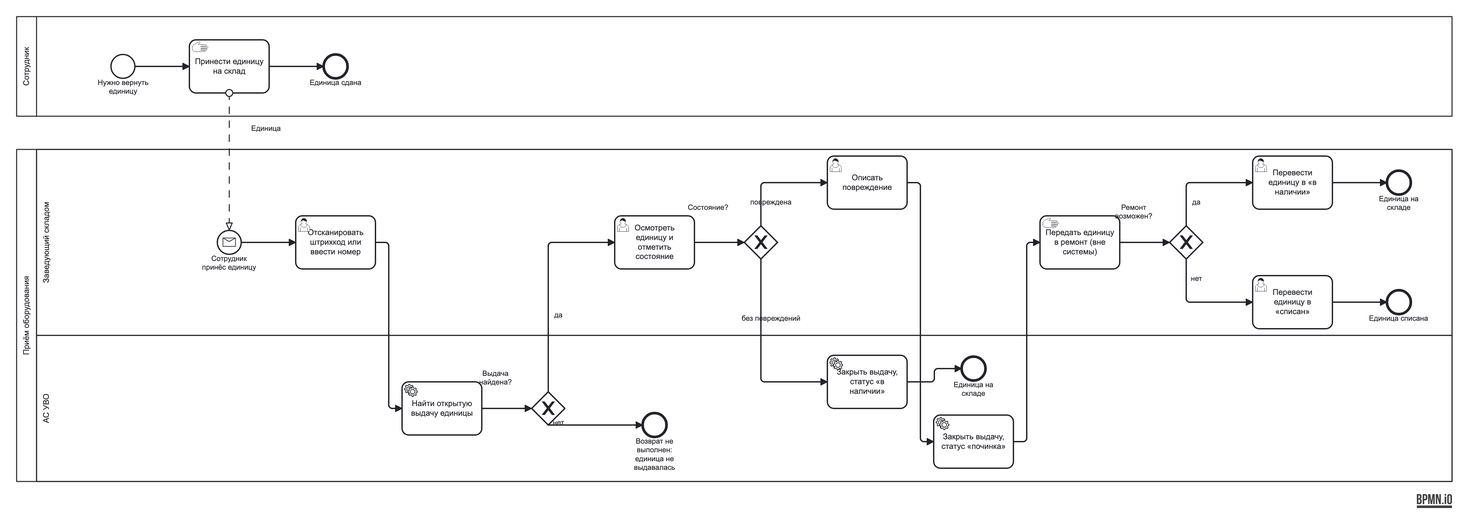
Earlier version of the BPMN export Lab2/docs/diagrams/images/process-return.png (Rezak159/project-management). Its source is kept beside it as Lab2/docs/diagrams/process-return.bpmn. Ids are renumbered.
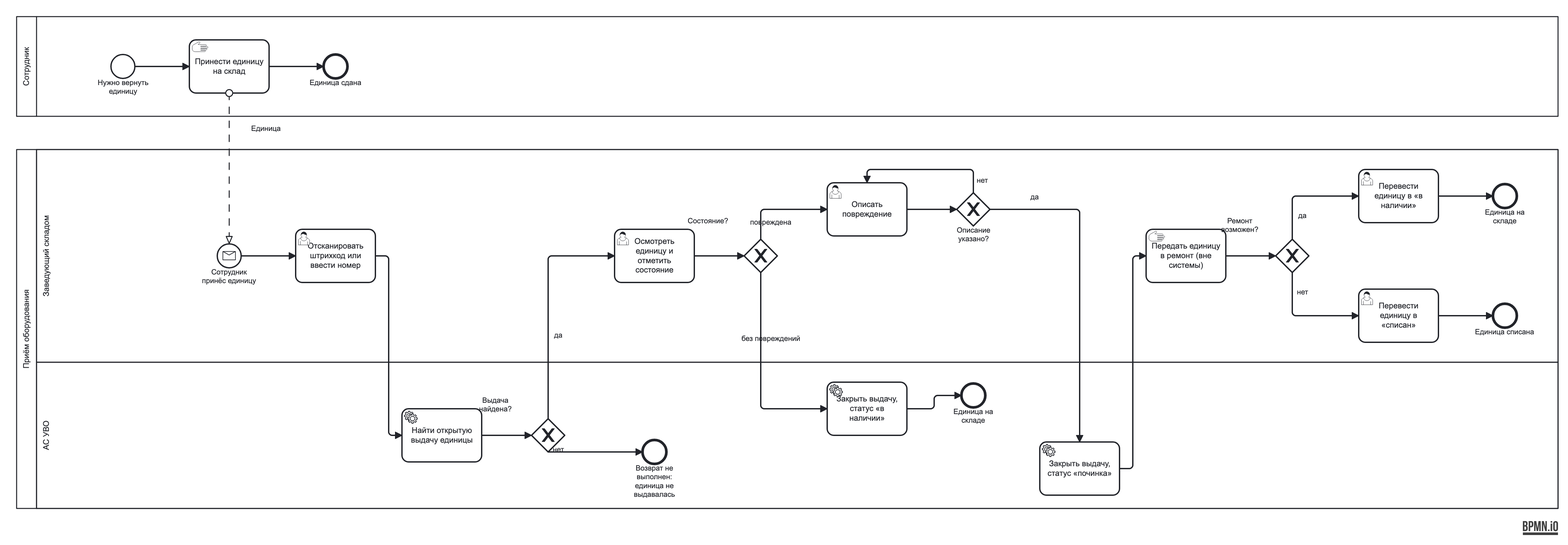
After the commit.

Change to the diagram source:
```diff
@@ -26,6 +26,7 @@
         <bpmn:flowNodeRef>w_inspect</bpmn:flowNodeRef>
         <bpmn:flowNodeRef>w_state</bpmn:flowNodeRef>
         <bpmn:flowNodeRef>w_damage</bpmn:flowNodeRef>
+        <bpmn:flowNodeRef>w_desc</bpmn:flowNodeRef>
         <bpmn:flowNodeRef>w_repair</bpmn:flowNodeRef>
         <bpmn:flowNodeRef>w_result</bpmn:flowNodeRef>
         <bpmn:flowNodeRef>w_fixed</bpmn:flowNodeRef>
@@ -80,10 +81,16 @@
     </bpmn:endEvent>
     <bpmn:userTask id="w_damage" name="Описать повреждение">
       <bpmn:incoming>Flow_w_state_w_damage</bpmn:incoming>
-      <bpmn:outgoing>Flow_w_damage_s_repair</bpmn:outgoing>
+      <bpmn:incoming>Flow_w_desc_w_damage</bpmn:incoming>
+      <bpmn:outgoing>Flow_w_damage_w_desc</bpmn:outgoing>
     </bpmn:userTask>
+    <bpmn:exclusiveGateway id="w_desc" name="Описание указано?">
+      <bpmn:incoming>Flow_w_damage_w_desc</bpmn:incoming>
+      <bpmn:outgoing>Flow_w_desc_w_damage</bpmn:outgoing>
+      <bpmn:outgoing>Flow_w_desc_s_repair</bpmn:outgoing>
+    </bpmn:exclusiveGateway>
     <bpmn:serviceTask id="s_repair" name="Закрыть выдачу, статус «починка»">
-      <bpmn:incoming>Flow_w_damage_s_repair</bpmn:incoming>
+      <bpmn:incoming>Flow_w_desc_s_repair</bpmn:incoming>
       <bpmn:outgoing>Flow_s_repair_w_repair</bpmn:outgoing>
     </bpmn:serviceTask>
     <bpmn:manualTask id="w_repair" name="Передать единицу в ремонт (вне системы)">
@@ -118,59 +125,64 @@
     <bpmn:sequenceFlow id="Flow_w_state_s_ok" name="без повреждений" sourceRef="w_state" targetRef="s_ok" />
     <bpmn:sequenceFlow id="Flow_s_ok_s_ok_end" sourceRef="s_ok" targetRef="s_ok_end" />
     <bpmn:sequenceFlow id="Flow_w_state_w_damage" name="повреждена" sourceRef="w_state" targetRef="w_damage" />
-    <bpmn:sequenceFlow id="Flow_w_damage_s_repair" sourceRef="w_damage" targetRef="s_repair" />
+    <bpmn:sequenceFlow id="Flow_w_damage_w_desc" sourceRef="w_damage" targetRef="w_desc" />
     <bpmn:sequenceFlow id="Flow_s_repair_w_repair" sourceRef="s_repair" targetRef="w_repair" />
     <bpmn:sequenceFlow id="Flow_w_repair_w_result" sourceRef="w_repair" targetRef="w_result" />
     <bpmn:sequenceFlow id="Flow_w_result_w_fixed" name="да" sourceRef="w_result" targetRef="w_fixed" />
     <bpmn:sequenceFlow id="Flow_w_fixed_w_fixed_end" sourceRef="w_fixed" targetRef="w_fixed_end" />
     <bpmn:sequenceFlow id="Flow_w_result_w_writeoff" name="нет" sourceRef="w_result" targetRef="w_writeoff" />
     <bpmn:sequenceFlow id="Flow_w_writeoff_w_writeoff_end" sourceRef="w_writeoff" targetRef="w_writeoff_end" />
+    <bpmn:sequenceFlow id="Flow_w_desc_w_damage" name="нет" sourceRef="w_desc" targetRef="w_damage" />
+    <bpmn:sequenceFlow id="Flow_w_desc_s_repair" name="да" sourceRef="w_desc" targetRef="s_repair" />
   </bpmn:process>
   <bpmndi:BPMNDiagram id="Diagram_return">
     <bpmndi:BPMNPlane id="Plane_return" bpmnElement="Collab_return">
-      <bpmndi:BPMNShape id="P_emp_di" bpmnElement="P_emp" isHorizontal="true"><dc:Bounds x="0" y="0" width="2160" height="150" /></bpmndi:BPMNShape>
+      <bpmndi:BPMNShape id="P_emp_di" bpmnElement="P_emp" isHorizontal="true"><dc:Bounds x="0" y="0" width="2320" height="150" /></bpmndi:BPMNShape>
       <bpmndi:BPMNShape id="e_start_di" bpmnElement="e_start"><dc:Bounds x="142" y="57" width="36" height="36" /></bpmndi:BPMNShape>
       <bpmndi:BPMNShape id="e_bring_di" bpmnElement="e_bring"><dc:Bounds x="260" y="35" width="120" height="80" /></bpmndi:BPMNShape>
       <bpmndi:BPMNShape id="e_end_di" bpmnElement="e_end"><dc:Bounds x="462" y="57" width="36" height="36" /></bpmndi:BPMNShape>
-      <bpmndi:BPMNShape id="P_org_di" bpmnElement="P_org" isHorizontal="true"><dc:Bounds x="0" y="200" width="2160" height="500" /></bpmndi:BPMNShape>
-      <bpmndi:BPMNShape id="L_wh_di" bpmnElement="L_wh" isHorizontal="true"><dc:Bounds x="30" y="200" width="2130" height="280" /></bpmndi:BPMNShape>
-      <bpmndi:BPMNShape id="L_sys_di" bpmnElement="L_sys" isHorizontal="true"><dc:Bounds x="30" y="480" width="2130" height="220" /></bpmndi:BPMNShape>
-      <bpmndi:BPMNShape id="w_start_di" bpmnElement="w_start"><dc:Bounds x="302" y="322" width="36" height="36" /></bpmndi:BPMNShape>
-      <bpmndi:BPMNShape id="w_scan_di" bpmnElement="w_scan"><dc:Bounds x="420" y="300" width="120" height="80" /></bpmndi:BPMNShape>
-      <bpmndi:BPMNShape id="s_find_di" bpmnElement="s_find"><dc:Bounds x="580" y="550" width="120" height="80" /></bpmndi:BPMNShape>
-      <bpmndi:BPMNShape id="s_found_di" bpmnElement="s_found" isMarkerVisible="true"><dc:Bounds x="775" y="565" width="50" height="50" /><bpmndi:BPMNLabel><dc:Bounds x="671" y="531" width="100" height="40" /></bpmndi:BPMNLabel></bpmndi:BPMNShape>
-      <bpmndi:BPMNShape id="s_not_found_di" bpmnElement="s_not_found"><dc:Bounds x="942" y="597" width="36" height="36" /></bpmndi:BPMNShape>
-      <bpmndi:BPMNShape id="w_inspect_di" bpmnElement="w_inspect"><dc:Bounds x="900" y="300" width="120" height="80" /></bpmndi:BPMNShape>
-      <bpmndi:BPMNShape id="w_state_di" bpmnElement="w_state" isMarkerVisible="true"><dc:Bounds x="1095" y="315" width="50" height="50" /><bpmndi:BPMNLabel><dc:Bounds x="991" y="281" width="100" height="40" /></bpmndi:BPMNLabel></bpmndi:BPMNShape>
-      <bpmndi:BPMNShape id="s_ok_di" bpmnElement="s_ok"><dc:Bounds x="1220" y="510" width="120" height="80" /></bpmndi:BPMNShape>
-      <bpmndi:BPMNShape id="s_ok_end_di" bpmnElement="s_ok_end"><dc:Bounds x="1422" y="512" width="36" height="36" /></bpmndi:BPMNShape>
-      <bpmndi:BPMNShape id="w_damage_di" bpmnElement="w_damage"><dc:Bounds x="1220" y="210" width="120" height="80" /></bpmndi:BPMNShape>
-      <bpmndi:BPMNShape id="s_repair_di" bpmnElement="s_repair"><dc:Bounds x="1380" y="600" width="120" height="80" /></bpmndi:BPMNShape>
-      <bpmndi:BPMNShape id="w_repair_di" bpmnElement="w_repair"><dc:Bounds x="1540" y="300" width="120" height="80" /></bpmndi:BPMNShape>
-      <bpmndi:BPMNShape id="w_result_di" bpmnElement="w_result" isMarkerVisible="true"><dc:Bounds x="1735" y="315" width="50" height="50" /><bpmndi:BPMNLabel><dc:Bounds x="1631" y="281" width="100" height="40" /></bpmndi:BPMNLabel></bpmndi:BPMNShape>
-      <bpmndi:BPMNShape id="w_fixed_di" bpmnElement="w_fixed"><dc:Bounds x="1860" y="210" width="120" height="80" /></bpmndi:BPMNShape>
-      <bpmndi:BPMNShape id="w_fixed_end_di" bpmnElement="w_fixed_end"><dc:Bounds x="2062" y="232" width="36" height="36" /></bpmndi:BPMNShape>
-      <bpmndi:BPMNShape id="w_writeoff_di" bpmnElement="w_writeoff"><dc:Bounds x="1860" y="390" width="120" height="80" /></bpmndi:BPMNShape>
-      <bpmndi:BPMNShape id="w_writeoff_end_di" bpmnElement="w_writeoff_end"><dc:Bounds x="2062" y="412" width="36" height="36" /></bpmndi:BPMNShape>
+      <bpmndi:BPMNShape id="P_org_di" bpmnElement="P_org" isHorizontal="true"><dc:Bounds x="0" y="200" width="2320" height="540" /></bpmndi:BPMNShape>
+      <bpmndi:BPMNShape id="L_wh_di" bpmnElement="L_wh" isHorizontal="true"><dc:Bounds x="30" y="200" width="2290" height="320" /></bpmndi:BPMNShape>
+      <bpmndi:BPMNShape id="L_sys_di" bpmnElement="L_sys" isHorizontal="true"><dc:Bounds x="30" y="520" width="2290" height="220" /></bpmndi:BPMNShape>
+      <bpmndi:BPMNShape id="w_start_di" bpmnElement="w_start"><dc:Bounds x="302" y="342" width="36" height="36" /></bpmndi:BPMNShape>
+      <bpmndi:BPMNShape id="w_scan_di" bpmnElement="w_scan"><dc:Bounds x="420" y="320" width="120" height="80" /></bpmndi:BPMNShape>
+      <bpmndi:BPMNShape id="s_find_di" bpmnElement="s_find"><dc:Bounds x="580" y="590" width="120" height="80" /></bpmndi:BPMNShape>
+      <bpmndi:BPMNShape id="s_found_di" bpmnElement="s_found" isMarkerVisible="true"><dc:Bounds x="775" y="605" width="50" height="50" /><bpmndi:BPMNLabel><dc:Bounds x="671" y="571" width="100" height="40" /></bpmndi:BPMNLabel></bpmndi:BPMNShape>
+      <bpmndi:BPMNShape id="s_not_found_di" bpmnElement="s_not_found"><dc:Bounds x="942" y="637" width="36" height="36" /></bpmndi:BPMNShape>
+      <bpmndi:BPMNShape id="w_inspect_di" bpmnElement="w_inspect"><dc:Bounds x="900" y="320" width="120" height="80" /></bpmndi:BPMNShape>
+      <bpmndi:BPMNShape id="w_state_di" bpmnElement="w_state" isMarkerVisible="true"><dc:Bounds x="1095" y="335" width="50" height="50" /><bpmndi:BPMNLabel><dc:Bounds x="991" y="301" width="100" height="40" /></bpmndi:BPMNLabel></bpmndi:BPMNShape>
+      <bpmndi:BPMNShape id="s_ok_di" bpmnElement="s_ok"><dc:Bounds x="1220" y="550" width="120" height="80" /></bpmndi:BPMNShape>
+      <bpmndi:BPMNShape id="s_ok_end_di" bpmnElement="s_ok_end"><dc:Bounds x="1422" y="552" width="36" height="36" /></bpmndi:BPMNShape>
+      <bpmndi:BPMNShape id="w_damage_di" bpmnElement="w_damage"><dc:Bounds x="1220" y="250" width="120" height="80" /></bpmndi:BPMNShape>
+      <bpmndi:BPMNShape id="w_desc_di" bpmnElement="w_desc" isMarkerVisible="true"><dc:Bounds x="1415" y="265" width="50" height="50" /></bpmndi:BPMNShape>
+      <bpmndi:BPMNShape id="s_repair_di" bpmnElement="s_repair"><dc:Bounds x="1540" y="640" width="120" height="80" /></bpmndi:BPMNShape>
+      <bpmndi:BPMNShape id="w_repair_di" bpmnElement="w_repair"><dc:Bounds x="1700" y="320" width="120" height="80" /></bpmndi:BPMNShape>
+      <bpmndi:BPMNShape id="w_result_di" bpmnElement="w_result" isMarkerVisible="true"><dc:Bounds x="1895" y="335" width="50" height="50" /><bpmndi:BPMNLabel><dc:Bounds x="1791" y="301" width="100" height="40" /></bpmndi:BPMNLabel></bpmndi:BPMNShape>
+      <bpmndi:BPMNShape id="w_fixed_di" bpmnElement="w_fixed"><dc:Bounds x="2020" y="230" width="120" height="80" /></bpmndi:BPMNShape>
+      <bpmndi:BPMNShape id="w_fixed_end_di" bpmnElement="w_fixed_end"><dc:Bounds x="2222" y="252" width="36" height="36" /></bpmndi:BPMNShape>
+      <bpmndi:BPMNShape id="w_writeoff_di" bpmnElement="w_writeoff"><dc:Bounds x="2020" y="410" width="120" height="80" /></bpmndi:BPMNShape>
+      <bpmndi:BPMNShape id="w_writeoff_end_di" bpmnElement="w_writeoff_end"><dc:Bounds x="2222" y="432" width="36" height="36" /></bpmndi:BPMNShape>
       <bpmndi:BPMNEdge id="Flow_e_start_e_bring_di" bpmnElement="Flow_e_start_e_bring"><di:waypoint x="178" y="75" /><di:waypoint x="260" y="75" /></bpmndi:BPMNEdge>
       <bpmndi:BPMNEdge id="Flow_e_bring_e_end_di" bpmnElement="Flow_e_bring_e_end"><di:waypoint x="380" y="75" /><di:waypoint x="462" y="75" /></bpmndi:BPMNEdge>
-      <bpmndi:BPMNEdge id="Flow_w_start_w_scan_di" bpmnElement="Flow_w_start_w_scan"><di:waypoint x="338" y="340" /><di:waypoint x="420" y="340" /></bpmndi:BPMNEdge>
-      <bpmndi:BPMNEdge id="Flow_w_scan_s_find_di" bpmnElement="Flow_w_scan_s_find"><di:waypoint x="540" y="340" /><di:waypoint x="560" y="340" /><di:waypoint x="560" y="590" /><di:waypoint x="580" y="590" /></bpmndi:BPMNEdge>
-      <bpmndi:BPMNEdge id="Flow_s_find_s_found_di" bpmnElement="Flow_s_find_s_found"><di:waypoint x="700" y="590" /><di:waypoint x="775" y="590" /></bpmndi:BPMNEdge>
-      <bpmndi:BPMNEdge id="Flow_s_found_s_not_found_di" bpmnElement="Flow_s_found_s_not_found"><di:waypoint x="800" y="615" /><di:waypoint x="800" y="615" /><di:waypoint x="942" y="615" /></bpmndi:BPMNEdge>
-      <bpmndi:BPMNEdge id="Flow_s_found_w_inspect_di" bpmnElement="Flow_s_found_w_inspect"><di:waypoint x="800" y="565" /><di:waypoint x="800" y="340" /><di:waypoint x="900" y="340" /></bpmndi:BPMNEdge>
-      <bpmndi:BPMNEdge id="Flow_w_inspect_w_state_di" bpmnElement="Flow_w_inspect_w_state"><di:waypoint x="1020" y="340" /><di:waypoint x="1095" y="340" /></bpmndi:BPMNEdge>
-      <bpmndi:BPMNEdge id="Flow_w_state_s_ok_di" bpmnElement="Flow_w_state_s_ok"><di:waypoint x="1120" y="365" /><di:waypoint x="1120" y="550" /><di:waypoint x="1220" y="550" /></bpmndi:BPMNEdge>
-      <bpmndi:BPMNEdge id="Flow_s_ok_s_ok_end_di" bpmnElement="Flow_s_ok_s_ok_end"><di:waypoint x="1340" y="550" /><di:waypoint x="1381" y="550" /><di:waypoint x="1381" y="530" /><di:waypoint x="1422" y="530" /></bpmndi:BPMNEdge>
-      <bpmndi:BPMNEdge id="Flow_w_state_w_damage_di" bpmnElement="Flow_w_state_w_damage"><di:waypoint x="1120" y="315" /><di:waypoint x="1120" y="250" /><di:waypoint x="1220" y="250" /></bpmndi:BPMNEdge>
-      <bpmndi:BPMNEdge id="Flow_w_damage_s_repair_di" bpmnElement="Flow_w_damage_s_repair"><di:waypoint x="1340" y="250" /><di:waypoint x="1360" y="250" /><di:waypoint x="1360" y="640" /><di:waypoint x="1380" y="640" /></bpmndi:BPMNEdge>
-      <bpmndi:BPMNEdge id="Flow_s_repair_w_repair_di" bpmnElement="Flow_s_repair_w_repair"><di:waypoint x="1500" y="640" /><di:waypoint x="1520" y="640" /><di:waypoint x="1520" y="340" /><di:waypoint x="1540" y="340" /></bpmndi:BPMNEdge>
-      <bpmndi:BPMNEdge id="Flow_w_repair_w_result_di" bpmnElement="Flow_w_repair_w_result"><di:waypoint x="1660" y="340" /><di:waypoint x="1735" y="340" /></bpmndi:BPMNEdge>
-      <bpmndi:BPMNEdge id="Flow_w_result_w_fixed_di" bpmnElement="Flow_w_result_w_fixed"><di:waypoint x="1760" y="315" /><di:waypoint x="1760" y="250" /><di:waypoint x="1860" y="250" /></bpmndi:BPMNEdge>
-      <bpmndi:BPMNEdge id="Flow_w_fixed_w_fixed_end_di" bpmnElement="Flow_w_fixed_w_fixed_end"><di:waypoint x="1980" y="250" /><di:waypoint x="2062" y="250" /></bpmndi:BPMNEdge>
-      <bpmndi:BPMNEdge id="Flow_w_result_w_writeoff_di" bpmnElement="Flow_w_result_w_writeoff"><di:waypoint x="1760" y="365" /><di:waypoint x="1760" y="430" /><di:waypoint x="1860" y="430" /></bpmndi:BPMNEdge>
-      <bpmndi:BPMNEdge id="Flow_w_writeoff_w_writeoff_end_di" bpmnElement="Flow_w_writeoff_w_writeoff_end"><di:waypoint x="1980" y="430" /><di:waypoint x="2062" y="430" /></bpmndi:BPMNEdge>
-      <bpmndi:BPMNEdge id="Msg_e_bring_w_start_di" bpmnElement="Msg_e_bring_w_start"><di:waypoint x="320" y="115" /><di:waypoint x="320" y="322" /><bpmndi:BPMNLabel><dc:Bounds x="330" y="162" width="90" height="27" /></bpmndi:BPMNLabel></bpmndi:BPMNEdge>
+      <bpmndi:BPMNEdge id="Flow_w_start_w_scan_di" bpmnElement="Flow_w_start_w_scan"><di:waypoint x="338" y="360" /><di:waypoint x="420" y="360" /></bpmndi:BPMNEdge>
+      <bpmndi:BPMNEdge id="Flow_w_scan_s_find_di" bpmnElement="Flow_w_scan_s_find"><di:waypoint x="540" y="360" /><di:waypoint x="560" y="360" /><di:waypoint x="560" y="630" /><di:waypoint x="580" y="630" /></bpmndi:BPMNEdge>
+      <bpmndi:BPMNEdge id="Flow_s_find_s_found_di" bpmnElement="Flow_s_find_s_found"><di:waypoint x="700" y="630" /><di:waypoint x="775" y="630" /></bpmndi:BPMNEdge>
+      <bpmndi:BPMNEdge id="Flow_s_found_s_not_found_di" bpmnElement="Flow_s_found_s_not_found"><di:waypoint x="800" y="655" /><di:waypoint x="800" y="655" /><di:waypoint x="942" y="655" /></bpmndi:BPMNEdge>
+      <bpmndi:BPMNEdge id="Flow_s_found_w_inspect_di" bpmnElement="Flow_s_found_w_inspect"><di:waypoint x="800" y="605" /><di:waypoint x="800" y="360" /><di:waypoint x="900" y="360" /></bpmndi:BPMNEdge>
+      <bpmndi:BPMNEdge id="Flow_w_inspect_w_state_di" bpmnElement="Flow_w_inspect_w_state"><di:waypoint x="1020" y="360" /><di:waypoint x="1095" y="360" /></bpmndi:BPMNEdge>
+      <bpmndi:BPMNEdge id="Flow_w_state_s_ok_di" bpmnElement="Flow_w_state_s_ok"><di:waypoint x="1120" y="385" /><di:waypoint x="1120" y="590" /><di:waypoint x="1220" y="590" /></bpmndi:BPMNEdge>
+      <bpmndi:BPMNEdge id="Flow_s_ok_s_ok_end_di" bpmnElement="Flow_s_ok_s_ok_end"><di:waypoint x="1340" y="590" /><di:waypoint x="1381" y="590" /><di:waypoint x="1381" y="570" /><di:waypoint x="1422" y="570" /></bpmndi:BPMNEdge>
+      <bpmndi:BPMNEdge id="Flow_w_state_w_damage_di" bpmnElement="Flow_w_state_w_damage"><di:waypoint x="1120" y="335" /><di:waypoint x="1120" y="290" /><di:waypoint x="1220" y="290" /></bpmndi:BPMNEdge>
+      <bpmndi:BPMNEdge id="Flow_w_damage_w_desc_di" bpmnElement="Flow_w_damage_w_desc"><di:waypoint x="1340" y="290" /><di:waypoint x="1415" y="290" /></bpmndi:BPMNEdge>
+      <bpmndi:BPMNEdge id="Flow_s_repair_w_repair_di" bpmnElement="Flow_s_repair_w_repair"><di:waypoint x="1660" y="680" /><di:waypoint x="1680" y="680" /><di:waypoint x="1680" y="360" /><di:waypoint x="1700" y="360" /></bpmndi:BPMNEdge>
+      <bpmndi:BPMNEdge id="Flow_w_repair_w_result_di" bpmnElement="Flow_w_repair_w_result"><di:waypoint x="1820" y="360" /><di:waypoint x="1895" y="360" /></bpmndi:BPMNEdge>
+      <bpmndi:BPMNEdge id="Flow_w_result_w_fixed_di" bpmnElement="Flow_w_result_w_fixed"><di:waypoint x="1920" y="335" /><di:waypoint x="1920" y="270" /><di:waypoint x="2020" y="270" /></bpmndi:BPMNEdge>
+      <bpmndi:BPMNEdge id="Flow_w_fixed_w_fixed_end_di" bpmnElement="Flow_w_fixed_w_fixed_end"><di:waypoint x="2140" y="270" /><di:waypoint x="2222" y="270" /></bpmndi:BPMNEdge>
+      <bpmndi:BPMNEdge id="Flow_w_result_w_writeoff_di" bpmnElement="Flow_w_result_w_writeoff"><di:waypoint x="1920" y="385" /><di:waypoint x="1920" y="450" /><di:waypoint x="2020" y="450" /></bpmndi:BPMNEdge>
+      <bpmndi:BPMNEdge id="Flow_w_writeoff_w_writeoff_end_di" bpmnElement="Flow_w_writeoff_w_writeoff_end"><di:waypoint x="2140" y="450" /><di:waypoint x="2222" y="450" /></bpmndi:BPMNEdge>
+      <bpmndi:BPMNEdge id="Flow_w_desc_w_damage_di" bpmnElement="Flow_w_desc_w_damage"><di:waypoint x="1440" y="265" /><di:waypoint x="1440" y="230" /><di:waypoint x="1280" y="230" /><di:waypoint x="1280" y="250" /><bpmndi:BPMNLabel><dc:Bounds x="1408" y="240" width="90" height="27" /></bpmndi:BPMNLabel></bpmndi:BPMNEdge>
+      <bpmndi:BPMNEdge id="Flow_w_desc_s_repair_di" bpmnElement="Flow_w_desc_s_repair"><di:waypoint x="1465" y="290" /><di:waypoint x="1600" y="290" /><di:waypoint x="1600" y="640" /></bpmndi:BPMNEdge>
+      <bpmndi:BPMNEdge id="Msg_e_bring_w_start_di" bpmnElement="Msg_e_bring_w_start"><di:waypoint x="320" y="115" /><di:waypoint x="320" y="342" /><bpmndi:BPMNLabel><dc:Bounds x="330" y="162" width="90" height="27" /></bpmndi:BPMNLabel></bpmndi:BPMNEdge>
     </bpmndi:BPMNPlane>
   </bpmndi:BPMNDiagram>
 </bpmn:definitions>
```
